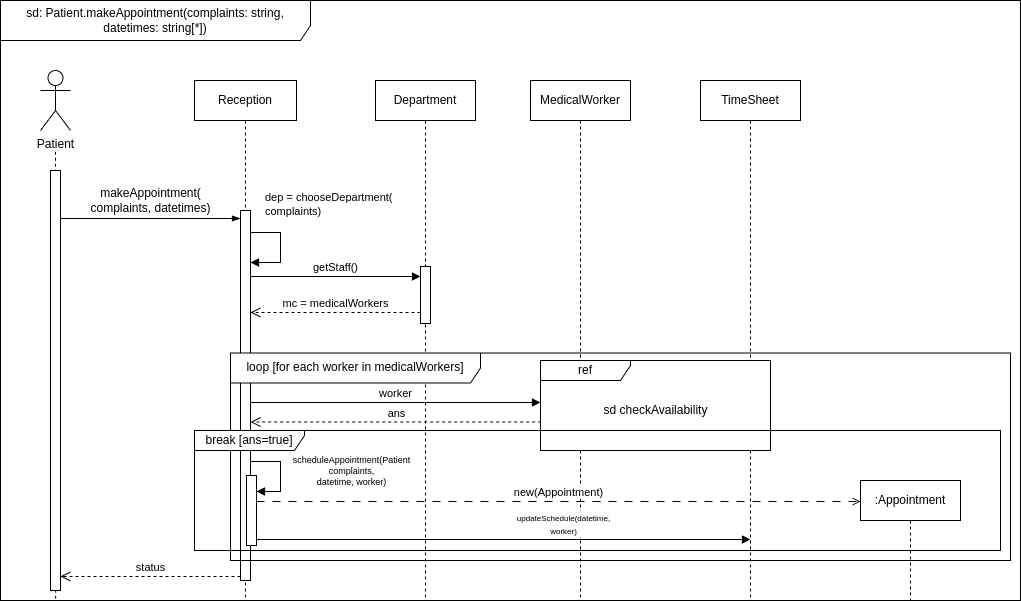
This is lab2/SD-SD1.png from nedeadinside/oaoaoaoaoaoaoaoa, a draw.io export, as it was before one commit. Source tidied: cells renumbered, new cells last; positions are measured from the earlier drawing's top-left corner, leaving out a move shared by most shapes.
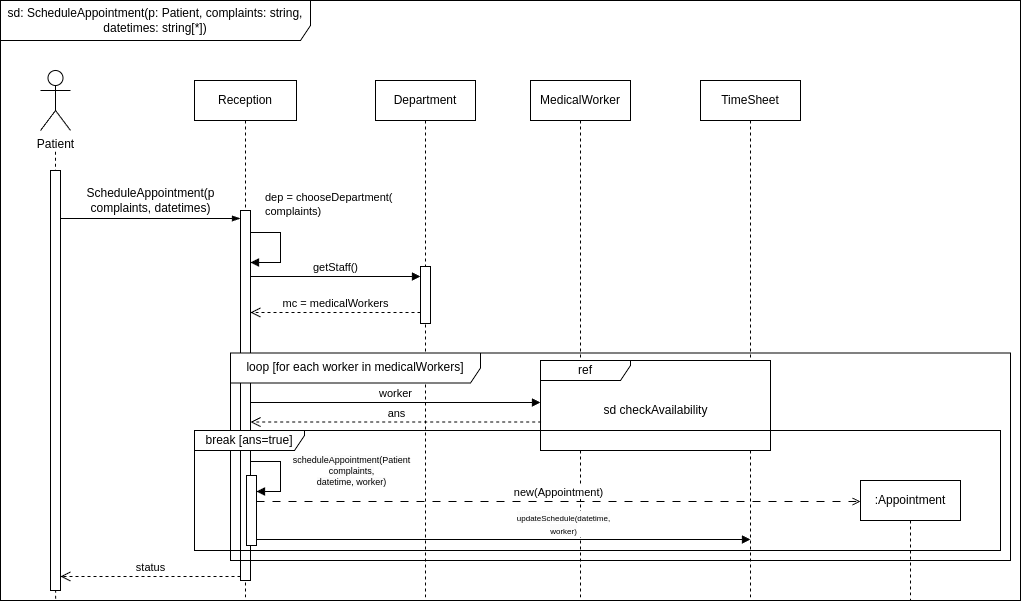
Later version of the same file.

What changed in the source:
```diff
@@ -2,7 +2,7 @@
   <root>
     <mxCell id="0" />
     <mxCell id="1" parent="0" />
-    <mxCell id="2" value="sd: Patient.makeAppointment(complaints: string, datetimes: string[*])" style="shape=umlFrame;whiteSpace=wrap;html=1;width=310;height=40;swimlaneFillColor=default;" parent="1" vertex="1">
+    <mxCell id="2" value="sd: ScheduleAppointment(p: Patient, complaints: string, datetimes: string[*])" style="shape=umlFrame;whiteSpace=wrap;html=1;width=310;height=40;swimlaneFillColor=default;" parent="1" vertex="1">
       <mxGeometry width="1020" height="600" as="geometry" />
     </mxCell>
     <mxCell id="3" style="endArrow=none;dashed=1;html=1;rounded=0;exitX=0.054;exitY=0.997;exitDx=0;exitDy=0;exitPerimeter=0;targetPerimeterSpacing=0;sourcePerimeterSpacing=0;endSize=13;" parent="1" edge="1" source="2">
@@ -39,8 +39,8 @@
         <mxPoint x="60" y="218" as="sourcePoint" />
       </mxGeometry>
     </mxCell>
-    <mxCell id="13" value="makeAppointment(&lt;div&gt;complaints,&amp;nbsp;&lt;span style=&quot;background-color: initial;&quot;&gt;datetimes)&lt;/span&gt;&lt;/div&gt;" style="text;html=1;align=center;verticalAlign=middle;strokeColor=none;fillColor=none;" parent="1" vertex="1">
-      <mxGeometry x="80" y="180" width="140" height="40" as="geometry" />
+    <mxCell id="13" value="ScheduleAppointment(p&lt;div&gt;complaints,&amp;nbsp;&lt;span style=&quot;background-color: initial;&quot;&gt;datetimes)&lt;/span&gt;&lt;/div&gt;" style="text;html=1;align=center;verticalAlign=middle;strokeColor=none;fillColor=none;" parent="1" vertex="1">
+      <mxGeometry x="75" y="180" width="150" height="40" as="geometry" />
     </mxCell>
     <mxCell id="14" value="dep = chooseDepartment(&lt;div&gt;complaints)&lt;/div&gt;" style="html=1;align=left;spacingLeft=2;endArrow=block;rounded=0;edgeStyle=orthogonalEdgeStyle;curved=0;rounded=0;" parent="1" edge="1" target="11">
       <mxGeometry x="-0.76" y="28" relative="1" as="geometry">
```
